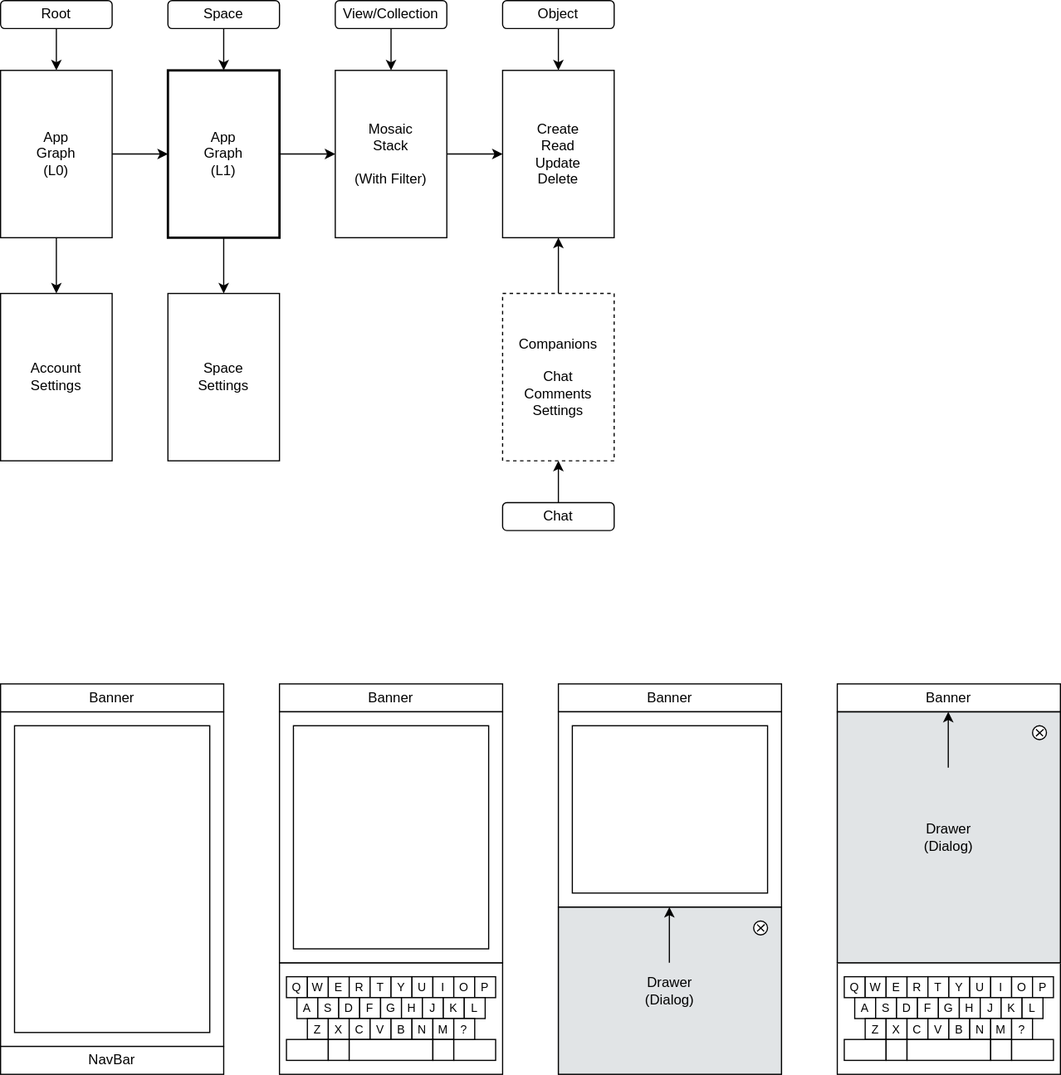
This is packages/plugins/plugin-simple-layout/docs/layout.drawio.svg from dxos/dxos, a draw.io export, as it was before one commit. Source tidied: cells renumbered, new cells last; positions are measured from the earlier drawing's top-left corner, leaving out a move shared by most shapes.
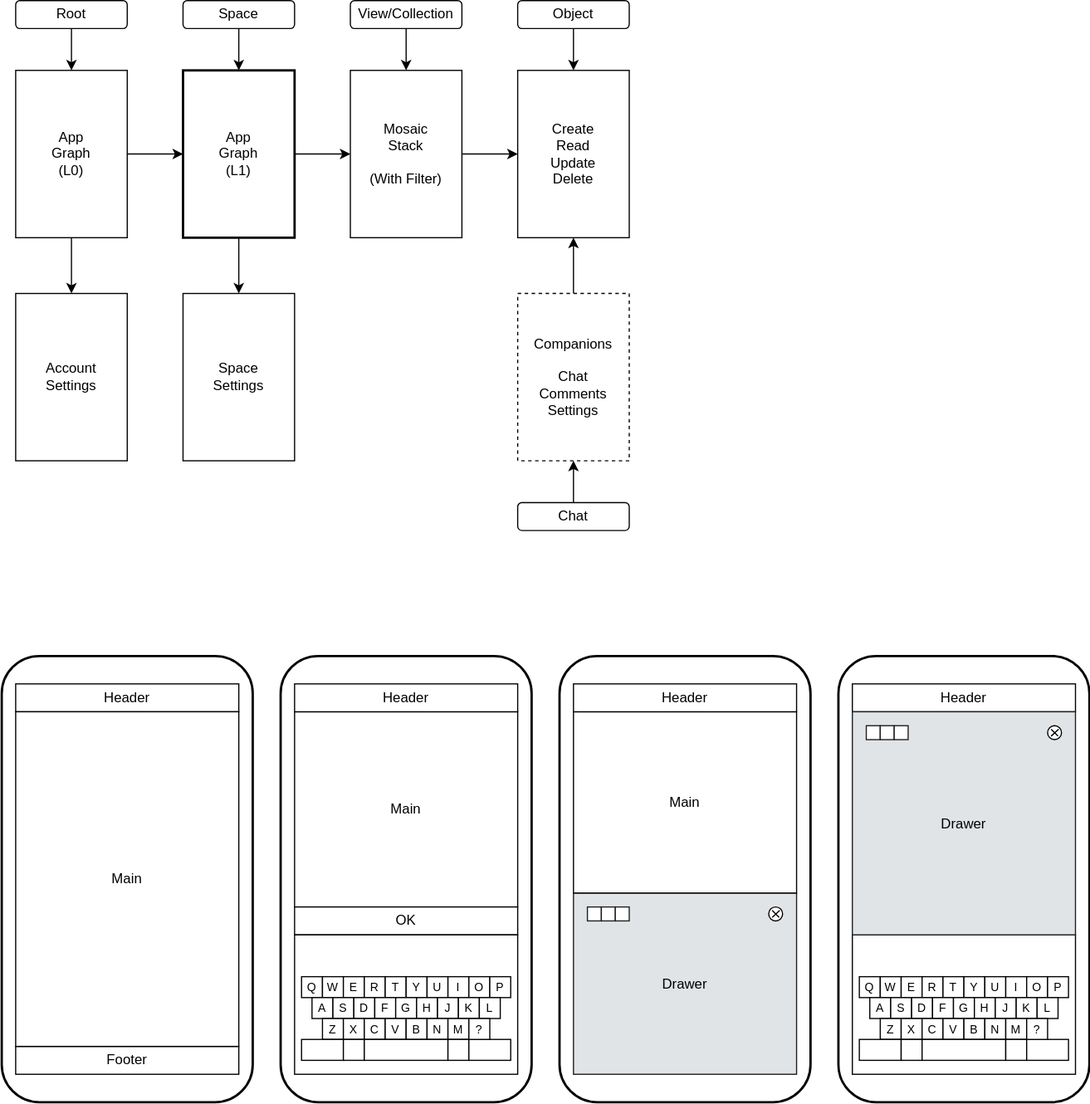
The same file after the commit.

The edit, as a diff of the source:
```diff
@@ -2,11 +2,23 @@
   <root>
     <mxCell id="0" />
     <mxCell id="1" parent="0" />
+    <mxCell id="123" style="rounded=1;whiteSpace=wrap;html=1;strokeWidth=2;fillColor=none;" parent="1" vertex="1">
+      <mxGeometry x="-12" y="564" width="216" height="384" as="geometry" />
+    </mxCell>
+    <mxCell id="124" style="rounded=1;whiteSpace=wrap;html=1;strokeWidth=2;fillColor=none;" parent="1" vertex="1">
+      <mxGeometry x="228" y="564" width="216" height="384" as="geometry" />
+    </mxCell>
+    <mxCell id="125" style="rounded=1;whiteSpace=wrap;html=1;strokeWidth=2;fillColor=none;" parent="1" vertex="1">
+      <mxGeometry x="468" y="564" width="216" height="384" as="geometry" />
+    </mxCell>
+    <mxCell id="126" style="rounded=1;whiteSpace=wrap;html=1;strokeWidth=2;fillColor=none;" parent="1" vertex="1">
+      <mxGeometry x="708" y="564" width="216" height="384" as="geometry" />
+    </mxCell>
     <mxCell id="2" style="group;" parent="1" vertex="1">
       <mxGeometry x="726" y="840" width="186" height="84" as="geometry" />
     </mxCell>
     <mxCell id="3" style="rounded=0;whiteSpace=wrap;html=1;" parent="2" vertex="1">
-      <mxGeometry x="-6" y="-12" width="192" height="96" as="geometry" />
+      <mxGeometry x="-6" y="-36" width="192" height="120" as="geometry" />
     </mxCell>
     <mxCell id="4" value="Q" style="rounded=0;whiteSpace=wrap;html=1;fontSize=10;" parent="2" vertex="1">
       <mxGeometry width="18" height="18" as="geometry" />
@@ -173,30 +185,15 @@
     <mxCell id="58" value="Chat" style="rounded=1;whiteSpace=wrap;html=1;" parent="1" vertex="1">
       <mxGeometry x="432" y="432" width="96" height="24" as="geometry" />
     </mxCell>
-    <mxCell id="59" value="&lt;span style=&quot;color: rgba(0, 0, 0, 0); font-family: monospace; font-size: 0px; text-align: start;&quot;&gt;%3CmxGraphModel%3E%3Croot%3E%3CmxCell%20id%3D%220%22%2F%3E%3CmxCell%20id%3D%221%22%20parent%3D%220%22%2F%3E%3CmxCell%20id%3D%222%22%20value%3D%22%22%20style%3D%22rounded%3D0%3BwhiteSpace%3Dwrap%3Bhtml%3D1%3BfillColor%3Dnone%3B%22%20vertex%3D%221%22%20parent%3D%221%22%3E%3CmxGeometry%20x%3D%22336%22%20y%3D%22864%22%20width%3D%22192%22%20height%3D%22144%22%20as%3D%22geometry%22%2F%3E%3C%2FmxCell%3E%3C%2Froot%3E%3C%2FmxGraphModel%3E&lt;/span&gt;" style="rounded=0;whiteSpace=wrap;html=1;fillColor=default;" parent="1" vertex="1">
-      <mxGeometry y="612" width="192" height="288" as="geometry" />
-    </mxCell>
-    <mxCell id="60" value="NavBar" style="rounded=0;whiteSpace=wrap;html=1;" parent="1" vertex="1">
+    <mxCell id="60" value="Footer" style="rounded=0;whiteSpace=wrap;html=1;" parent="1" vertex="1">
       <mxGeometry y="900" width="192" height="24" as="geometry" />
     </mxCell>
-    <mxCell id="61" value="Banner" style="rounded=0;whiteSpace=wrap;html=1;" parent="1" vertex="1">
+    <mxCell id="61" value="Header" style="rounded=0;whiteSpace=wrap;html=1;" parent="1" vertex="1">
       <mxGeometry y="588" width="192" height="24" as="geometry" />
     </mxCell>
-    <mxCell id="62" value="Banner" style="rounded=0;whiteSpace=wrap;html=1;" parent="1" vertex="1">
-      <mxGeometry x="480" y="588" width="192" height="24" as="geometry" />
-    </mxCell>
-    <mxCell id="63" style="group;fillColor=#E1E4E6;fontColor=#000000;strokeColor=#C0C3C5;" parent="1" vertex="1">
-      <mxGeometry x="480" y="780" width="192" height="144" as="geometry" />
+    <mxCell id="63" value="Drawer" style="group;fillColor=#E1E4E6;fontColor=#000000;strokeColor=#1E1F20;verticalAlign=middle;" parent="1" vertex="1">
+      <mxGeometry x="480" y="768" width="192" height="156" as="geometry" />
     </mxCell>
-    <mxCell id="64" value="Drawer&lt;br&gt;(Dialog)" style="rounded=0;whiteSpace=wrap;html=1;fillColor=#E1E4E6;fontColor=#000000;strokeColor=#C0C3C5;" parent="1" vertex="1">
-      <mxGeometry x="720" y="612" width="192" height="216" as="geometry" />
-    </mxCell>
-    <mxCell id="65" style="endArrow=classic;html=1;" parent="1" edge="1">
-      <mxGeometry relative="1" as="geometry">
-        <mxPoint x="815.5" y="660" as="sourcePoint" />
-        <mxPoint x="815.5" y="612" as="targetPoint" />
-      </mxGeometry>
-    </mxCell>
     <mxCell id="66" style="group;" parent="1" vertex="1">
       <mxGeometry x="888" y="624" width="12" height="12" as="geometry" />
     </mxCell>
@@ -215,17 +212,8 @@
         <mxPoint x="9.5" y="3" as="targetPoint" />
       </mxGeometry>
     </mxCell>
-    <mxCell id="70" value="Drawer&lt;br&gt;(Dialog)" style="rounded=0;whiteSpace=wrap;html=1;fillColor=#E1E4E6;fontColor=#000000;strokeColor=#C0C3C5;" parent="1" vertex="1">
-      <mxGeometry x="480" y="780" width="192" height="144" as="geometry" />
-    </mxCell>
-    <mxCell id="71" style="endArrow=classic;html=1;" parent="1" edge="1">
-      <mxGeometry relative="1" as="geometry">
-        <mxPoint x="575.5" y="828" as="sourcePoint" />
-        <mxPoint x="575.5" y="780" as="targetPoint" />
-      </mxGeometry>
-    </mxCell>
     <mxCell id="72" style="group;" parent="1" vertex="1">
-      <mxGeometry x="648" y="792" width="12" height="12" as="geometry" />
+      <mxGeometry x="648" y="780" width="12" height="12" as="geometry" />
     </mxCell>
     <mxCell id="73" style="ellipse;whiteSpace=wrap;html=1;" parent="72" vertex="1">
       <mxGeometry width="12" height="12" as="geometry" />
@@ -242,29 +230,77 @@
         <mxPoint x="9.5" y="3" as="targetPoint" />
       </mxGeometry>
     </mxCell>
-    <mxCell id="76" value="Banner" style="rounded=0;whiteSpace=wrap;html=1;" parent="1" vertex="1">
-      <mxGeometry x="720" y="588" width="192" height="24" as="geometry" />
-    </mxCell>
-    <mxCell id="77" style="rounded=0;whiteSpace=wrap;html=1;fillColor=none;" parent="1" vertex="1">
-      <mxGeometry x="480" y="780" width="192" height="144" as="geometry" />
-    </mxCell>
-    <mxCell id="78" style="rounded=0;whiteSpace=wrap;html=1;fillColor=none;" parent="1" vertex="1">
-      <mxGeometry x="720" y="612" width="192" height="216" as="geometry" />
-    </mxCell>
-    <mxCell id="79" style="rounded=0;whiteSpace=wrap;html=1;fillColor=default;" parent="1" vertex="1">
-      <mxGeometry x="480" y="612" width="192" height="168" as="geometry" />
-    </mxCell>
-    <mxCell id="80" value="&lt;span style=&quot;color: rgba(0, 0, 0, 0); font-family: monospace; font-size: 0px; text-align: start;&quot;&gt;%3CmxGraphModel%3E%3Croot%3E%3CmxCell%20id%3D%220%22%2F%3E%3CmxCell%20id%3D%221%22%20parent%3D%220%22%2F%3E%3CmxCell%20id%3D%222%22%20value%3D%22%22%20style%3D%22rounded%3D0%3BwhiteSpace%3Dwrap%3Bhtml%3D1%3BfillColor%3Dnone%3B%22%20vertex%3D%221%22%20parent%3D%221%22%3E%3CmxGeometry%20x%3D%22336%22%20y%3D%22864%22%20width%3D%22192%22%20height%3D%22144%22%20as%3D%22geometry%22%2F%3E%3C%2FmxCell%3E%3C%2Froot%3E%3C%2FmxGraphModel%3E&lt;/span&gt;" style="rounded=0;whiteSpace=wrap;html=1;fillColor=default;" parent="1" vertex="1">
-      <mxGeometry x="12" y="624" width="168" height="264" as="geometry" />
-    </mxCell>
-    <mxCell id="81" value="&lt;span style=&quot;color: rgba(0, 0, 0, 0); font-family: monospace; font-size: 0px; text-align: start;&quot;&gt;%3CmxGraphModel%3E%3Croot%3E%3CmxCell%20id%3D%220%22%2F%3E%3CmxCell%20id%3D%221%22%20parent%3D%220%22%2F%3E%3CmxCell%20id%3D%222%22%20value%3D%22%22%20style%3D%22rounded%3D0%3BwhiteSpace%3Dwrap%3Bhtml%3D1%3BfillColor%3Dnone%3B%22%20vertex%3D%221%22%20parent%3D%221%22%3E%3CmxGeometry%20x%3D%22336%22%20y%3D%22864%22%20width%3D%22192%22%20height%3D%22144%22%20as%3D%22geometry%22%2F%3E%3C%2FmxCell%3E%3C%2Froot%3E%3C%2FmxGraphModel%3E&lt;/span&gt;" style="rounded=0;whiteSpace=wrap;html=1;fillColor=default;" parent="1" vertex="1">
-      <mxGeometry x="492" y="624" width="168" height="144" as="geometry" />
-    </mxCell>
+    <mxCell id="127" value="Main" style="rounded=0;whiteSpace=wrap;html=1;" parent="1" vertex="1">
+      <mxGeometry y="612" width="192" height="288" as="geometry" />
+    </mxCell>
+    <mxCell id="128" value="Main" style="rounded=0;whiteSpace=wrap;html=1;" parent="1" vertex="1">
+      <mxGeometry x="240" y="612" width="192" height="168" as="geometry" />
+    </mxCell>
+    <mxCell id="129" value="Main" style="rounded=0;whiteSpace=wrap;html=1;" parent="1" vertex="1">
+      <mxGeometry x="480" y="612" width="192" height="156" as="geometry" />
+    </mxCell>
+    <mxCell id="130" value="Header" style="rounded=0;whiteSpace=wrap;html=1;" parent="1" vertex="1">
+      <mxGeometry x="240" y="588" width="192" height="24" as="geometry" />
+    </mxCell>
+    <mxCell id="131" value="Header" style="rounded=0;whiteSpace=wrap;html=1;" parent="1" vertex="1">
+      <mxGeometry x="480" y="588" width="192" height="24" as="geometry" />
+    </mxCell>
+    <mxCell id="132" value="Header" style="rounded=0;whiteSpace=wrap;html=1;" parent="1" vertex="1">
+      <mxGeometry x="720" y="588" width="192" height="24" as="geometry" />
+    </mxCell>
+    <mxCell id="133" value="Drawer" style="group;fillColor=#E1E4E6;fontColor=#000000;strokeColor=#1E1F20;verticalAlign=middle;" parent="1" vertex="1">
+      <mxGeometry x="720" y="612" width="192" height="192" as="geometry" />
+    </mxCell>
+    <mxCell id="134" style="group;" parent="1" vertex="1">
+      <mxGeometry x="888" y="624" width="12" height="12" as="geometry" />
+    </mxCell>
+    <mxCell id="117" style="ellipse;whiteSpace=wrap;html=1;" parent="134" vertex="1">
+      <mxGeometry width="12" height="12" as="geometry" />
+    </mxCell>
+    <mxCell id="135" style="endArrow=none;html=1;" parent="134" edge="1">
+      <mxGeometry relative="1" as="geometry">
+        <mxPoint x="3" y="3" as="sourcePoint" />
+        <mxPoint x="9" y="9" as="targetPoint" />
+      </mxGeometry>
+    </mxCell>
+    <mxCell id="136" style="endArrow=none;html=1;" parent="134" edge="1">
+      <mxGeometry relative="1" as="geometry">
+        <mxPoint x="3" y="9" as="sourcePoint" />
+        <mxPoint x="9.5" y="3" as="targetPoint" />
+      </mxGeometry>
+    </mxCell>
+    <mxCell id="137" style="group;" parent="1" vertex="1">
+      <mxGeometry x="492" y="780" width="36" height="12" as="geometry" />
+    </mxCell>
+    <mxCell id="138" style="rounded=0;whiteSpace=wrap;html=1;strokeColor=#1E1F20;" parent="137" vertex="1">
+      <mxGeometry width="12" height="12" as="geometry" />
+    </mxCell>
+    <mxCell id="139" style="rounded=0;whiteSpace=wrap;html=1;strokeColor=#1E1F20;" parent="137" vertex="1">
+      <mxGeometry x="12" width="12" height="12" as="geometry" />
+    </mxCell>
+    <mxCell id="140" style="rounded=0;whiteSpace=wrap;html=1;strokeColor=#1E1F20;" parent="137" vertex="1">
+      <mxGeometry x="24" width="12" height="12" as="geometry" />
+    </mxCell>
+    <mxCell id="141" style="group;" parent="1" vertex="1">
+      <mxGeometry x="732" y="624" width="36" height="12" as="geometry" />
+    </mxCell>
+    <mxCell id="142" style="rounded=0;whiteSpace=wrap;html=1;strokeColor=#1E1F20;" parent="141" vertex="1">
+      <mxGeometry width="12" height="12" as="geometry" />
+    </mxCell>
+    <mxCell id="143" style="rounded=0;whiteSpace=wrap;html=1;strokeColor=#1E1F20;" parent="141" vertex="1">
+      <mxGeometry x="12" width="12" height="12" as="geometry" />
+    </mxCell>
+    <mxCell id="144" style="rounded=0;whiteSpace=wrap;html=1;strokeColor=#1E1F20;" parent="141" vertex="1">
+      <mxGeometry x="24" width="12" height="12" as="geometry" />
+    </mxCell>
+    <mxCell id="145" value="OK" style="rounded=0;whiteSpace=wrap;html=1;" parent="1" vertex="1">
+      <mxGeometry x="240" y="780" width="192" height="24" as="geometry" />
+    </mxCell>
     <mxCell id="82" style="group;" parent="1" vertex="1">
-      <mxGeometry x="246" y="840" width="186" height="84" as="geometry" />
+      <mxGeometry x="246" y="840" width="192" height="108" as="geometry" />
     </mxCell>
     <mxCell id="83" style="rounded=0;whiteSpace=wrap;html=1;" parent="82" vertex="1">
-      <mxGeometry x="-6" y="-12" width="192" height="96" as="geometry" />
+      <mxGeometry x="-6" y="-36" width="192" height="120" as="geometry" />
     </mxCell>
     <mxCell id="84" value="Q" style="rounded=0;whiteSpace=wrap;html=1;fontSize=10;" parent="82" vertex="1">
       <mxGeometry width="18" height="18" as="geometry" />
@@ -362,32 +398,5 @@
     <mxCell id="115" value="?" style="rounded=0;whiteSpace=wrap;html=1;fontSize=10;" parent="82" vertex="1">
       <mxGeometry x="144" y="36" width="18" height="18" as="geometry" />
     </mxCell>
-    <mxCell id="116" style="group;" parent="1" vertex="1">
-      <mxGeometry x="408" y="624" width="12" height="12" as="geometry" />
-    </mxCell>
-    <mxCell id="117" style="ellipse;whiteSpace=wrap;html=1;" parent="116" vertex="1">
-      <mxGeometry width="12" height="12" as="geometry" />
-    </mxCell>
-    <mxCell id="118" style="endArrow=none;html=1;" parent="116" edge="1">
-      <mxGeometry relative="1" as="geometry">
-        <mxPoint x="3" y="3" as="sourcePoint" />
-        <mxPoint x="9" y="9" as="targetPoint" />
-      </mxGeometry>
-    </mxCell>
-    <mxCell id="119" style="endArrow=none;html=1;" parent="116" edge="1">
-      <mxGeometry relative="1" as="geometry">
-        <mxPoint x="3" y="9" as="sourcePoint" />
-        <mxPoint x="9.5" y="3" as="targetPoint" />
-      </mxGeometry>
-    </mxCell>
-    <mxCell id="120" value="Banner" style="rounded=0;whiteSpace=wrap;html=1;" parent="1" vertex="1">
-      <mxGeometry x="240" y="588" width="192" height="24" as="geometry" />
-    </mxCell>
-    <mxCell id="121" style="rounded=0;whiteSpace=wrap;html=1;fillColor=default;" parent="1" vertex="1">
-      <mxGeometry x="240" y="612" width="192" height="216" as="geometry" />
-    </mxCell>
-    <mxCell id="122" value="&lt;span style=&quot;color: rgba(0, 0, 0, 0); font-family: monospace; font-size: 0px; text-align: start;&quot;&gt;%3CmxGraphModel%3E%3Croot%3E%3CmxCell%20id%3D%220%22%2F%3E%3CmxCell%20id%3D%221%22%20parent%3D%220%22%2F%3E%3CmxCell%20id%3D%222%22%20value%3D%22%22%20style%3D%22rounded%3D0%3BwhiteSpace%3Dwrap%3Bhtml%3D1%3BfillColor%3Dnone%3B%22%20vertex%3D%221%22%20parent%3D%221%22%3E%3CmxGeometry%20x%3D%22336%22%20y%3D%22864%22%20width%3D%22192%22%20height%3D%22144%22%20as%3D%22geometry%22%2F%3E%3C%2FmxCell%3E%3C%2Froot%3E%3C%2FmxGraphModel%3E&lt;/span&gt;" style="rounded=0;whiteSpace=wrap;html=1;fillColor=default;" parent="1" vertex="1">
-      <mxGeometry x="252" y="624" width="168" height="192" as="geometry" />
-    </mxCell>
   </root>
 </mxGraphModel>
```
